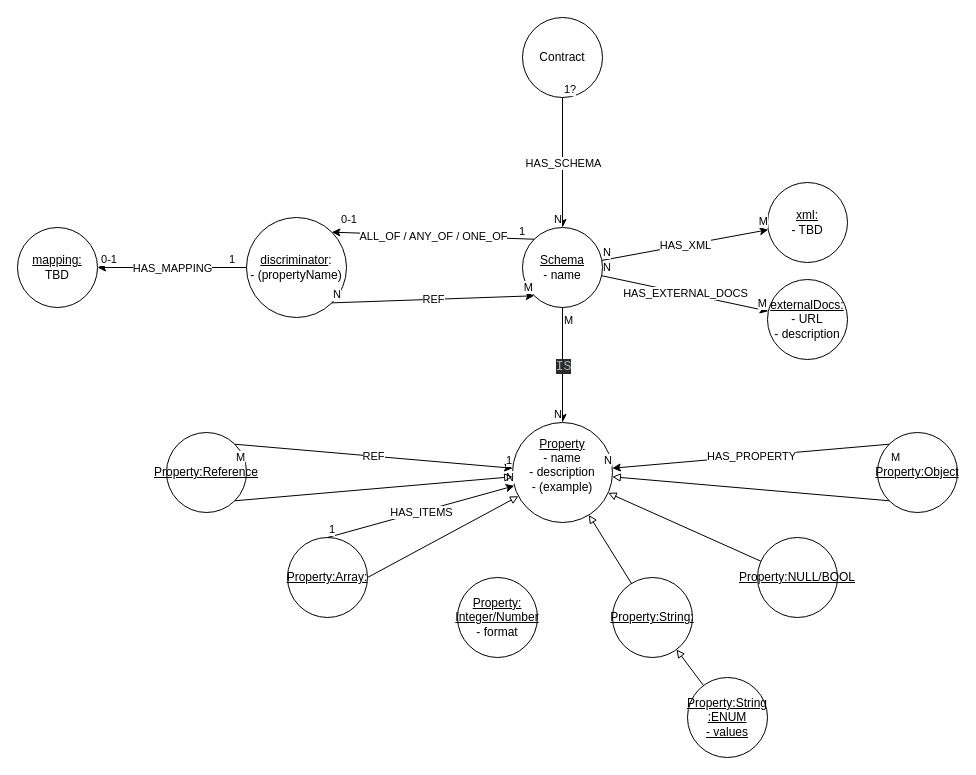
This is doc/topics/models/drawio files/Components.drawio from jqassistant-plugin/jqassistant-openapi-plugin, a draw.io file, before an edit. Source tidied: cells renumbered, new cells numbered last; positions are measured from the earlier drawing's top-left corner, leaving out a move shared by most shapes. Both pictures are drawn from the tidied source at 100%, with x=0, y=0 at pixel (17, 17).
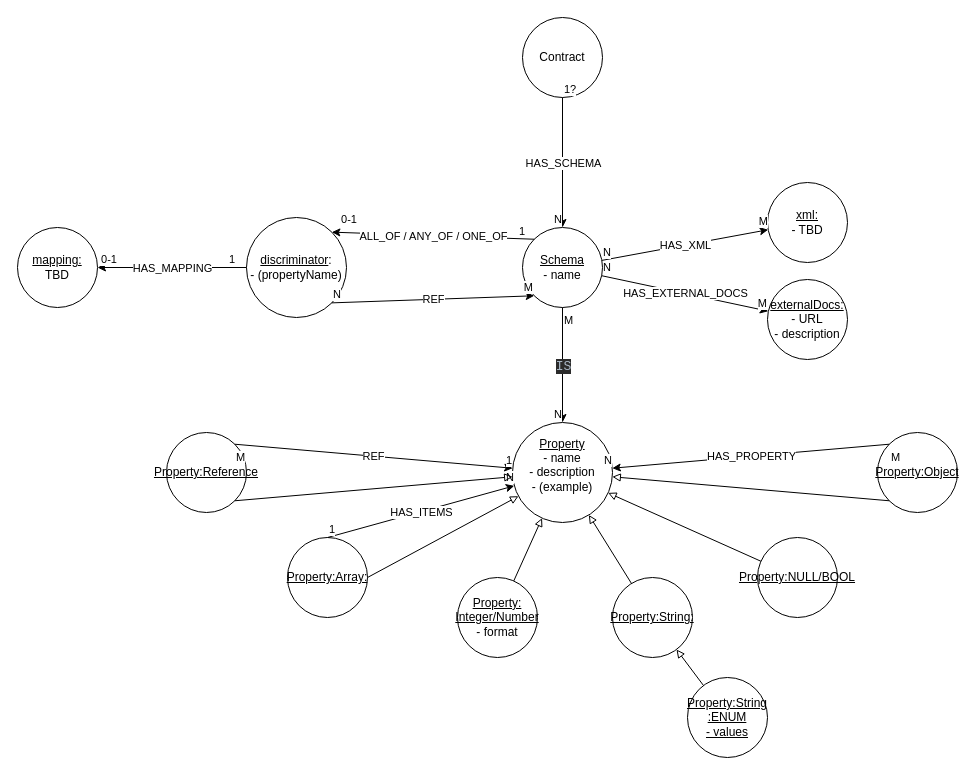
The same diagram, later.

Commit message (it also covers changes not shown here):
add missing link in doc

Unchanged cells that the change refers to:
```xml
<mxCell id="8" value="&lt;div&gt;&lt;u&gt;Property&lt;/u&gt;&lt;/div&gt;&lt;div&gt;- name&lt;/div&gt;&lt;div&gt;- description&lt;/div&gt;&lt;div&gt;- (example)&lt;/div&gt;&lt;div&gt;&lt;br&gt;&lt;/div&gt;" style="ellipse;whiteSpace=wrap;html=1;" parent="1" vertex="1">
  <mxGeometry x="495" y="405" width="100" height="100" as="geometry" />
</mxCell>
<mxCell id="61" value="&lt;div&gt;&lt;u&gt;Property:&lt;br&gt;Integer/Number&lt;/u&gt;&lt;/div&gt;&lt;div&gt;- format&lt;br&gt;&lt;/div&gt;" style="ellipse;whiteSpace=wrap;html=1;" parent="1" vertex="1">
  <mxGeometry x="440" y="560" width="80" height="80" as="geometry" />
</mxCell>
```

What changed in the source:
```diff
@@
+    <mxCell id="62" style="endArrow=block;html=1;rounded=0;endFill=0;" parent="1" edge="1" source="61" target="8">
+      <mxGeometry relative="1" as="geometry" />
+    </mxCell>
```
